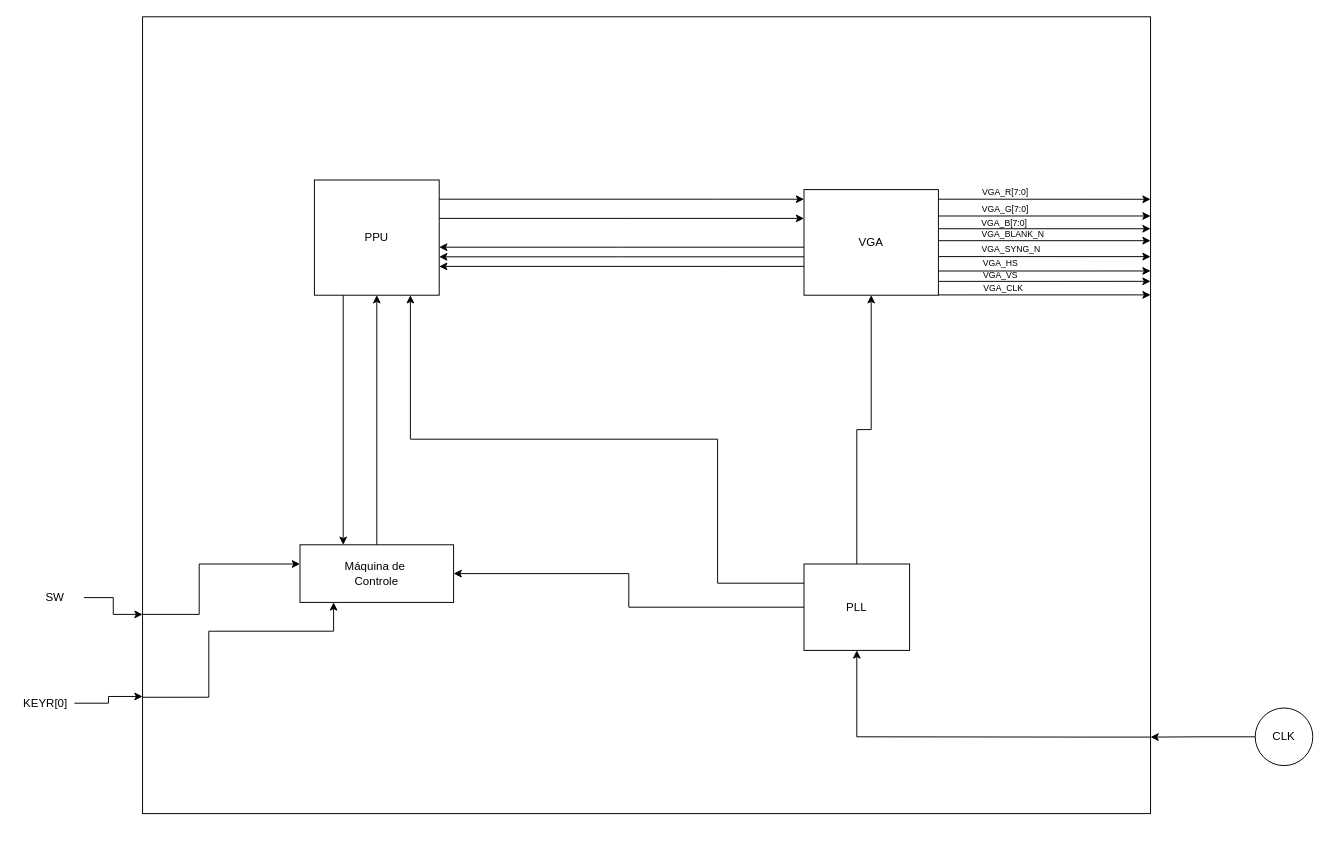
Above: P2/diagramas/Diagrama_blocos_VGA.drawio in caio-unicamp/MC613_Best_Group (draw.io), before the change. Source tidied: cells renumbered, new cells numbered last; positions are measured from the earlier drawing's top-left corner, leaving out a move shared by most shapes. Both pictures are drawn from the tidied source at 96%, with x=0, y=0 at pixel (16, 16).
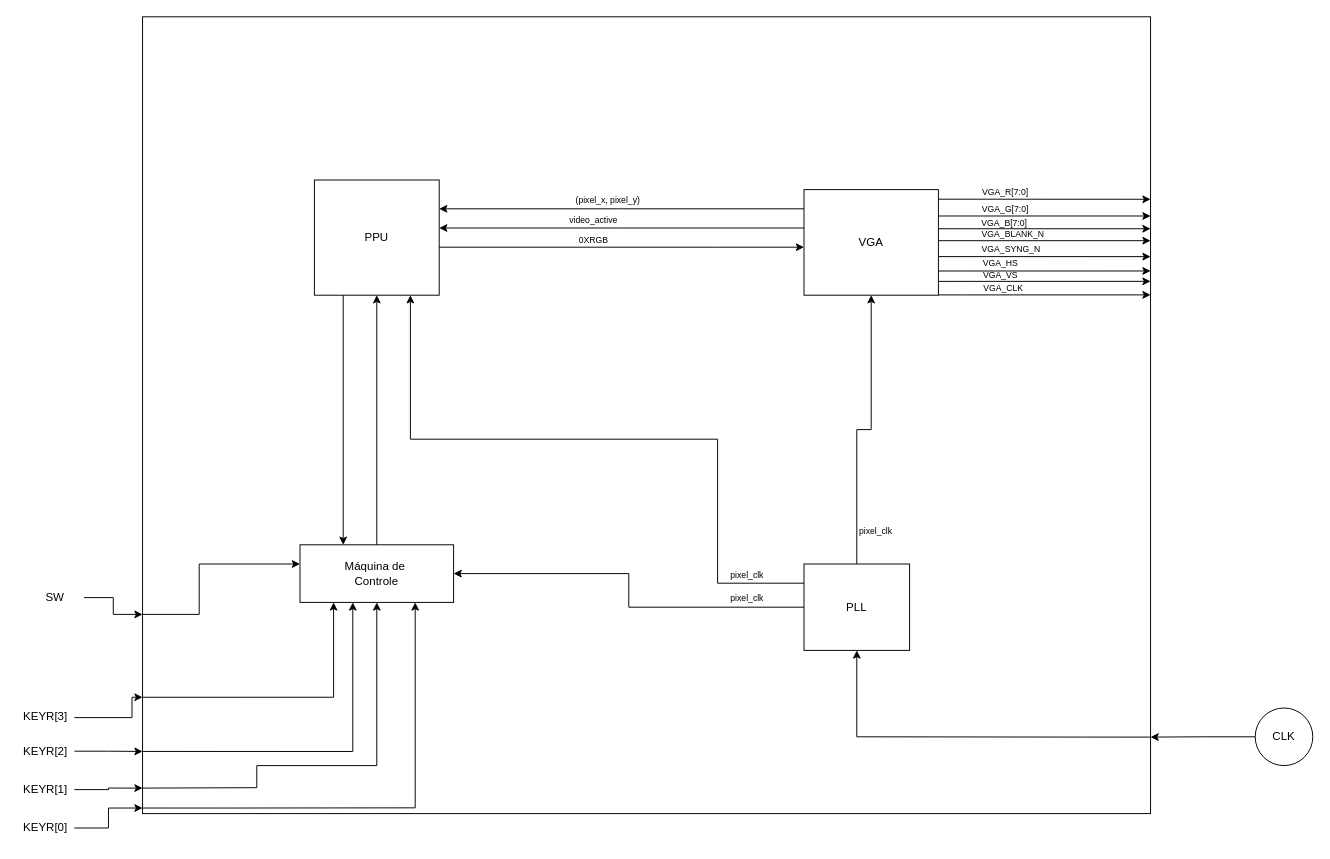
The same page after the edit.

Unchanged cells that the change refers to:
```xml
<mxCell id="2" style="rounded=0;whiteSpace=wrap;html=1;fillColor=none;" parent="1" vertex="1">
  <mxGeometry x="131" width="1050" height="830" as="geometry" />
</mxCell>
<mxCell id="3" value="PPU" style="rounded=0;whiteSpace=wrap;html=1;" parent="1" vertex="1">
  <mxGeometry x="310" y="170" width="130" height="120" as="geometry" />
</mxCell>
<mxCell id="4" value="VGA" style="rounded=0;whiteSpace=wrap;html=1;" parent="1" vertex="1">
  <mxGeometry x="820" y="180" width="140" height="110" as="geometry" />
</mxCell>
<mxCell id="5" value="Máquina de&amp;nbsp;&lt;div&gt;Controle&lt;/div&gt;" style="rounded=0;whiteSpace=wrap;html=1;" parent="1" vertex="1">
  <mxGeometry x="295" y="550" width="160" height="60" as="geometry" />
</mxCell>
```

What changed in the source:
```diff
@@
-    <mxCell id="11" style="endArrow=classic;html=1;rounded=0;edgeStyle=orthogonalEdgeStyle;" parent="1" edge="1" source="3" target="4">
-      <mxGeometry relative="1" as="geometry">
-        <Array as="points">
-          <mxPoint x="730" y="190" />
-          <mxPoint x="730" y="190" />
-        </Array>
-      </mxGeometry>
-    </mxCell>
-    <mxCell id="12" style="endArrow=classic;html=1;rounded=0;edgeStyle=orthogonalEdgeStyle;" parent="1" edge="1" source="3" target="4">
-      <mxGeometry relative="1" as="geometry">
-        <Array as="points">
-          <mxPoint x="640" y="210" />
-          <mxPoint x="640" y="210" />
-        </Array>
-      </mxGeometry>
-    </mxCell>
     <mxCell id="13" style="endArrow=classic;html=1;rounded=0;edgeStyle=orthogonalEdgeStyle;" parent="1" edge="1" source="4" target="3">
       <mxGeometry relative="1" as="geometry">
         <Array as="points">
-          <mxPoint x="630" y="250" />
-          <mxPoint x="630" y="250" />
+          <mxPoint x="630" y="220" />
+          <mxPoint x="630" y="220" />
         </Array>
       </mxGeometry>
     </mxCell>
     <mxCell id="14" style="endArrow=classic;html=1;rounded=0;edgeStyle=orthogonalEdgeStyle;" parent="1" edge="1" source="4" target="3">
       <mxGeometry relative="1" as="geometry">
         <Array as="points">
-          <mxPoint x="630" y="240" />
-          <mxPoint x="630" y="240" />
+          <mxPoint x="630" y="200" />
+          <mxPoint x="630" y="200" />
         </Array>
       </mxGeometry>
     </mxCell>
-    <mxCell id="15" style="endArrow=classic;html=1;rounded=0;edgeStyle=orthogonalEdgeStyle;" parent="1" edge="1" source="4" target="3">
-      <mxGeometry relative="1" as="geometry">
-        <Array as="points">
-          <mxPoint x="740" y="260" />
-          <mxPoint x="740" y="260" />
-        </Array>
-      </mxGeometry>
-    </mxCell>
@@
-    <mxCell id="18" value="KEYR[0]" style="text;html=1;whiteSpace=wrap;strokeColor=none;fillColor=none;align=center;verticalAlign=middle;rounded=0;" parent="1" vertex="1">
-      <mxGeometry y="700" width="60" height="30" as="geometry" />
+    <mxCell id="18" value="KEYR[3]" style="text;html=1;whiteSpace=wrap;strokeColor=none;fillColor=none;align=center;verticalAlign=middle;rounded=0;" parent="1" vertex="1">
+      <mxGeometry y="714" width="60" height="30" as="geometry" />
     </mxCell>
-    <mxCell id="19" style="edgeStyle=orthogonalEdgeStyle;rounded=0;jettySize=auto;html=1;entryX=0;entryY=0.853;entryDx=0;entryDy=0;entryPerimeter=0;" parent="1" edge="1" source="18" target="2">
-      <mxGeometry relative="1" as="geometry" />
+    <mxCell id="19" style="edgeStyle=orthogonalEdgeStyle;rounded=0;jettySize=auto;html=1;entryX=0;entryY=0.854;entryDx=0;entryDy=0;entryPerimeter=0;" parent="1" edge="1" source="18" target="2">
+      <mxGeometry relative="1" as="geometry">
+        <Array as="points">
+          <mxPoint x="120" y="730" />
+          <mxPoint x="120" y="709" />
+        </Array>
+      </mxGeometry>
     </mxCell>
@@
     <mxCell id="21" style="endArrow=classic;html=1;rounded=0;exitX=0;exitY=0.854;exitDx=0;exitDy=0;exitPerimeter=0;edgeStyle=orthogonalEdgeStyle;" parent="1" edge="1" source="2" target="5">
       <mxGeometry relative="1" as="geometry">
         <Array as="points">
-          <mxPoint x="200" y="709" />
-          <mxPoint x="200" y="640" />
-          <mxPoint x="330" y="640" />
+          <mxPoint x="330" y="709" />
         </Array>
       </mxGeometry>
     </mxCell>
@@
+    <mxCell id="42" value="&lt;font style=&quot;font-size: 9px;&quot;&gt;(pixel_x, pixel_y)&lt;/font&gt;" style="text;html=1;whiteSpace=wrap;strokeColor=none;fillColor=none;align=center;verticalAlign=middle;rounded=0;" parent="1" vertex="1">
+      <mxGeometry x="571" y="180" width="90" height="20" as="geometry" />
+    </mxCell>
+    <mxCell id="43" value="&lt;font style=&quot;font-size: 9px;&quot;&gt;video_active&lt;/font&gt;" style="text;html=1;whiteSpace=wrap;strokeColor=none;fillColor=none;align=center;verticalAlign=middle;rounded=0;" parent="1" vertex="1">
+      <mxGeometry x="571" y="196" width="60" height="30" as="geometry" />
+    </mxCell>
+    <mxCell id="44" style="endArrow=classic;html=1;rounded=0;edgeStyle=orthogonalEdgeStyle;" parent="1" edge="1" source="3" target="4">
+      <mxGeometry relative="1" as="geometry">
+        <Array as="points">
+          <mxPoint x="730" y="240" />
+          <mxPoint x="730" y="240" />
+        </Array>
+      </mxGeometry>
+    </mxCell>
+    <mxCell id="45" value="&lt;font style=&quot;font-size: 9px;&quot;&gt;0XRGB&lt;/font&gt;" style="text;html=1;whiteSpace=wrap;strokeColor=none;fillColor=none;align=center;verticalAlign=middle;rounded=0;" parent="1" vertex="1">
+      <mxGeometry x="571" y="217" width="60" height="30" as="geometry" />
+    </mxCell>
+    <mxCell id="46" value="&lt;font style=&quot;font-size: 9px;&quot;&gt;pixel_clk&lt;/font&gt;" style="text;html=1;whiteSpace=wrap;strokeColor=none;fillColor=none;align=center;verticalAlign=middle;rounded=0;" parent="1" vertex="1">
+      <mxGeometry x="865" y="520" width="60" height="30" as="geometry" />
+    </mxCell>
+    <mxCell id="47" value="&lt;font style=&quot;font-size: 9px;&quot;&gt;pixel_clk&lt;/font&gt;" style="text;html=1;whiteSpace=wrap;strokeColor=none;fillColor=none;align=center;verticalAlign=middle;rounded=0;" parent="1" vertex="1">
+      <mxGeometry x="731" y="566" width="60" height="30" as="geometry" />
+    </mxCell>
+    <mxCell id="48" value="&lt;font style=&quot;font-size: 9px;&quot;&gt;pixel_clk&lt;/font&gt;" style="text;html=1;whiteSpace=wrap;strokeColor=none;fillColor=none;align=center;verticalAlign=middle;rounded=0;" parent="1" vertex="1">
+      <mxGeometry x="731" y="590" width="60" height="30" as="geometry" />
+    </mxCell>
+    <mxCell id="49" value="KEYR[2]" style="text;html=1;whiteSpace=wrap;strokeColor=none;fillColor=none;align=center;verticalAlign=middle;rounded=0;" parent="1" vertex="1">
+      <mxGeometry y="750" width="60" height="30" as="geometry" />
+    </mxCell>
+    <mxCell id="50" value="KEYR[1]" style="text;html=1;whiteSpace=wrap;strokeColor=none;fillColor=none;align=center;verticalAlign=middle;rounded=0;" parent="1" vertex="1">
+      <mxGeometry y="790" width="60" height="30" as="geometry" />
+    </mxCell>
+    <mxCell id="51" value="KEYR[0]" style="text;html=1;whiteSpace=wrap;strokeColor=none;fillColor=none;align=center;verticalAlign=middle;rounded=0;" parent="1" vertex="1">
+      <mxGeometry y="830" width="60" height="30" as="geometry" />
+    </mxCell>
+    <mxCell id="52" style="endArrow=classic;html=1;rounded=0;edgeStyle=orthogonalEdgeStyle;exitX=0;exitY=0.922;exitDx=0;exitDy=0;exitPerimeter=0;" parent="1" edge="1" source="2" target="5">
+      <mxGeometry relative="1" as="geometry">
+        <Array as="points">
+          <mxPoint x="350" y="765" />
+        </Array>
+      </mxGeometry>
+    </mxCell>
+    <mxCell id="53" style="endArrow=classic;html=1;rounded=0;edgeStyle=orthogonalEdgeStyle;entryX=0;entryY=0.922;entryDx=0;entryDy=0;entryPerimeter=0;" parent="1" edge="1" source="49" target="2">
+      <mxGeometry relative="1" as="geometry" />
+    </mxCell>
+    <mxCell id="54" style="endArrow=classic;html=1;rounded=0;entryX=0;entryY=0.968;entryDx=0;entryDy=0;entryPerimeter=0;edgeStyle=orthogonalEdgeStyle;" parent="1" edge="1" source="50" target="2">
+      <mxGeometry relative="1" as="geometry" />
+    </mxCell>
+    <mxCell id="55" style="endArrow=classic;html=1;rounded=0;edgeStyle=orthogonalEdgeStyle;exitX=0;exitY=0.968;exitDx=0;exitDy=0;exitPerimeter=0;" parent="1" edge="1" source="2" target="5">
+      <mxGeometry relative="1" as="geometry">
+        <Array as="points">
+          <mxPoint x="140" y="803" />
+          <mxPoint x="250" y="803" />
+          <mxPoint x="250" y="780" />
+          <mxPoint x="375" y="780" />
+        </Array>
+      </mxGeometry>
+    </mxCell>
+    <mxCell id="56" style="endArrow=classic;html=1;rounded=0;edgeStyle=orthogonalEdgeStyle;entryX=0;entryY=0.993;entryDx=0;entryDy=0;entryPerimeter=0;" parent="1" edge="1" source="51" target="2">
+      <mxGeometry relative="1" as="geometry" />
+    </mxCell>
+    <mxCell id="57" style="endArrow=classic;html=1;rounded=0;exitX=0;exitY=0.993;exitDx=0;exitDy=0;exitPerimeter=0;edgeStyle=orthogonalEdgeStyle;entryX=0.75;entryY=1;entryDx=0;entryDy=0;" parent="1" edge="1" source="2" target="5">
+      <mxGeometry relative="1" as="geometry">
+        <Array as="points">
+          <mxPoint x="220" y="824" />
+          <mxPoint x="415" y="824" />
+        </Array>
+      </mxGeometry>
+    </mxCell>
```
